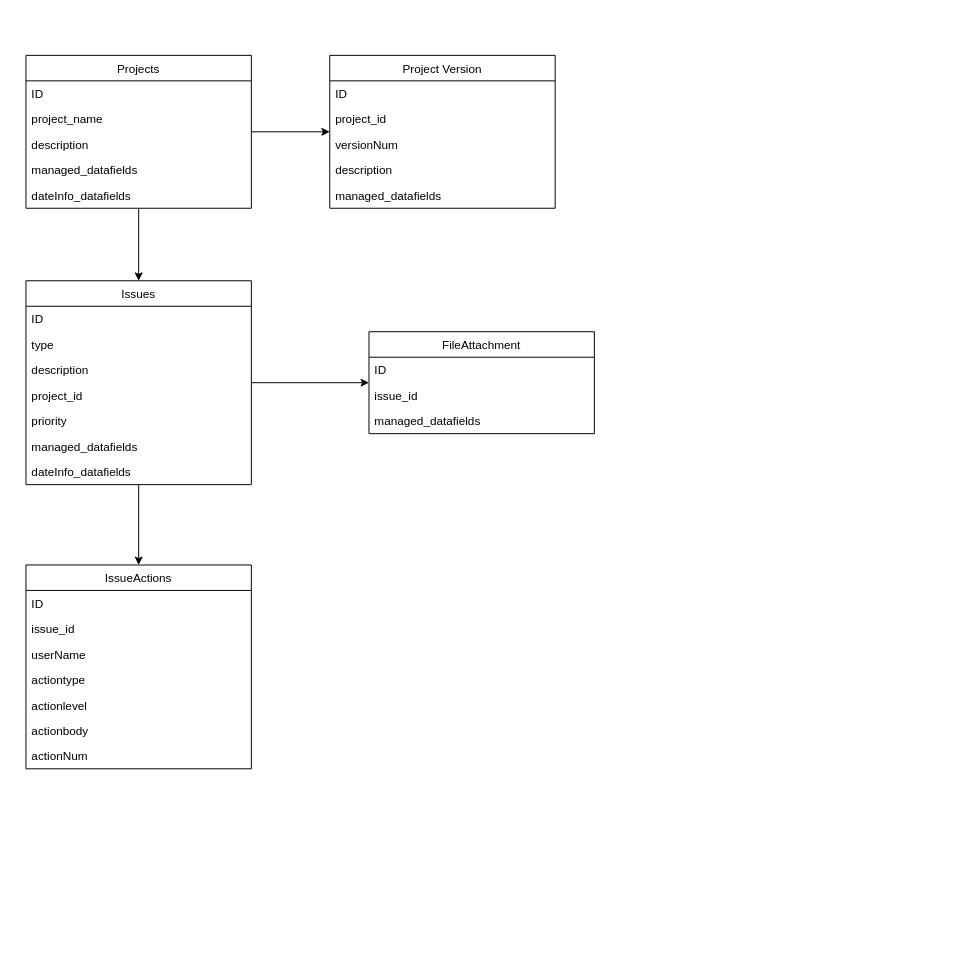
The draw.io diagram diagram/dbDiagram.drawio in ozgurkadir/sap-cap-bug-story, before the edit. Source tidied: cells renumbered, new cells numbered last; positions are measured from the earlier drawing's top-left corner, leaving out a move shared by most shapes. Both pictures are drawn from the tidied source at 98%, with x=0, y=0 at pixel (25, 55).
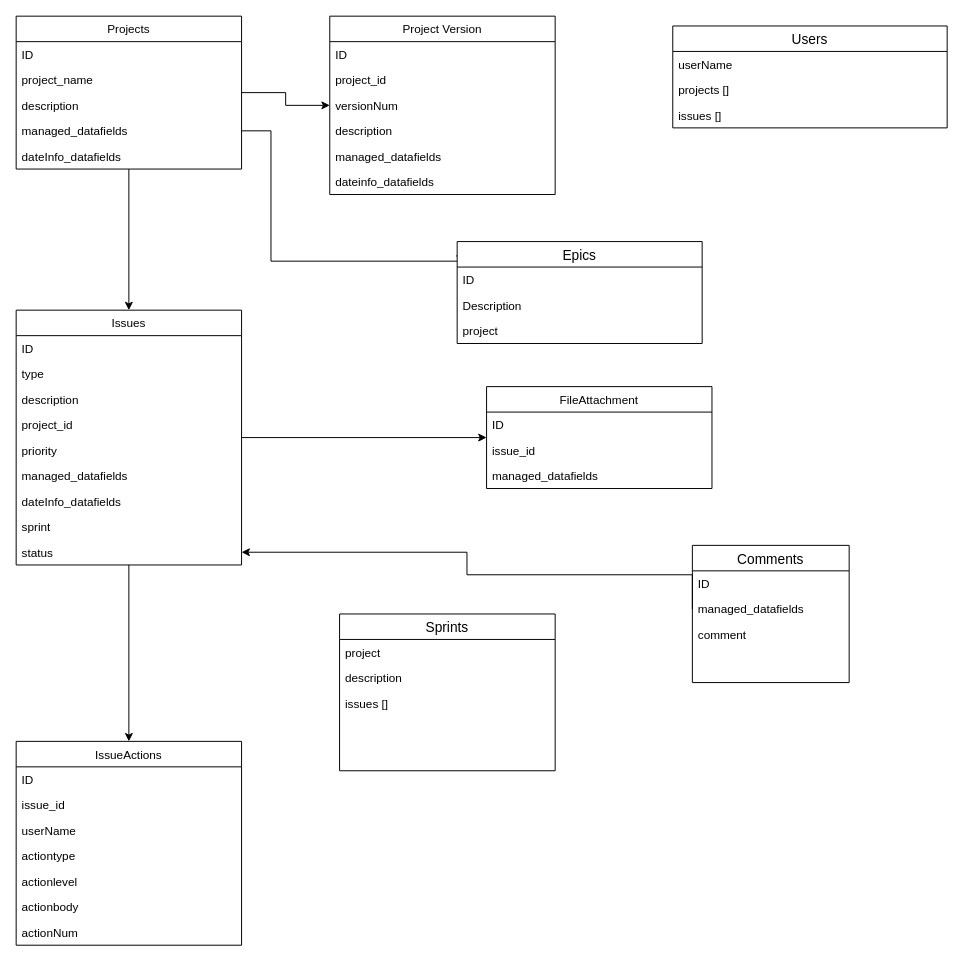
After the change.

Unchanged cells that the change refers to:
```xml
<mxCell id="9" value="managed_datafields" style="text;strokeColor=none;fillColor=none;align=left;verticalAlign=top;spacingLeft=4;spacingRight=4;overflow=hidden;points=[[0,0.5],[1,0.5]];portConstraint=eastwest;" parent="5" vertex="1">
  <mxGeometry y="104" width="230" height="26" as="geometry" />
</mxCell>
```

The edit, as a diff of the source:
```diff
@@
+    <mxCell id="17" style="edgeStyle=orthogonalEdgeStyle;rounded=0;jettySize=auto;html=1;" parent="1" edge="1" source="18" target="34">
+      <mxGeometry relative="1" as="geometry" />
+    </mxCell>
     <mxCell id="5" value="Projects" style="swimlane;fontStyle=0;horizontal=1;startSize=26;fillColor=none;" parent="1" vertex="1">
-      <mxGeometry width="230" height="156" as="geometry" />
+      <mxGeometry x="-10" y="-40" width="230" height="156" as="geometry" />
     </mxCell>
@@
     <mxCell id="11" value="Project Version" style="swimlane;fontStyle=0;horizontal=1;startSize=26;fillColor=none;" parent="1" vertex="1">
-      <mxGeometry x="310" width="230" height="156" as="geometry" />
+      <mxGeometry x="310" y="-40" width="230" height="182" as="geometry" />
     </mxCell>
@@
-    <mxCell id="17" style="edgeStyle=orthogonalEdgeStyle;rounded=0;jettySize=auto;html=1;" parent="1" edge="1" source="18" target="34">
-      <mxGeometry relative="1" as="geometry" />
-    </mxCell>
+    <mxCell id="38" value="dateinfo_datafields" style="text;strokeColor=none;fillColor=none;align=left;verticalAlign=top;spacingLeft=4;spacingRight=4;overflow=hidden;" parent="11" vertex="1">
+      <mxGeometry y="156" width="230" height="26" as="geometry" />
+    </mxCell>
     <mxCell id="18" value="Issues" style="swimlane;fontStyle=0;horizontal=1;startSize=26;fillColor=none;" parent="1" vertex="1">
-      <mxGeometry y="230" width="230" height="208" as="geometry" />
+      <mxGeometry x="-10" y="260" width="230" height="260" as="geometry" />
     </mxCell>
@@
+    <mxCell id="39" value="sprint" style="text;strokeColor=none;fillColor=none;align=left;verticalAlign=top;spacingLeft=4;spacingRight=4;overflow=hidden;" parent="18" vertex="1">
+      <mxGeometry y="208" width="230" height="26" as="geometry" />
+    </mxCell>
+    <mxCell id="40" value="status&#10;" style="text;strokeColor=none;fillColor=none;align=left;verticalAlign=top;spacingLeft=4;spacingRight=4;overflow=hidden;points=[[0,0.5],[1,0.5]];portConstraint=eastwest;" parent="18" vertex="1">
+      <mxGeometry y="234" width="230" height="26" as="geometry" />
+    </mxCell>
+    <mxCell id="41" style="edgeStyle=orthogonalEdgeStyle;rounded=0;jettySize=auto;html=1;exitX=1;exitY=0.5;exitDx=0;exitDy=0;entryX=-0.007;entryY=0.141;entryDx=0;entryDy=0;entryPerimeter=0;" parent="1" edge="1" source="9" target="55">
+      <mxGeometry relative="1" as="geometry">
+        <Array as="points">
+          <mxPoint x="250" y="77" />
+          <mxPoint x="250" y="210" />
+          <mxPoint x="488" y="210" />
+        </Array>
+      </mxGeometry>
+    </mxCell>
+    <mxCell id="42" value="Users" style="swimlane;fontStyle=0;horizontal=1;startSize=26;align=center;fontSize=14;" parent="1" vertex="1">
+      <mxGeometry x="660" y="-30" width="280" height="104" as="geometry" />
+    </mxCell>
+    <mxCell id="43" value="userName" style="text;strokeColor=none;fillColor=none;spacingLeft=4;spacingRight=4;overflow=hidden;fontSize=12;" parent="42" vertex="1">
+      <mxGeometry y="26" width="280" height="26" as="geometry" />
+    </mxCell>
+    <mxCell id="44" value="projects []" style="text;strokeColor=none;fillColor=none;spacingLeft=4;spacingRight=4;overflow=hidden;fontSize=12;" parent="42" vertex="1">
+      <mxGeometry y="52" width="280" height="26" as="geometry" />
+    </mxCell>
+    <mxCell id="45" value="issues []" style="text;strokeColor=none;fillColor=none;spacingLeft=4;spacingRight=4;overflow=hidden;fontSize=12;" parent="42" vertex="1">
+      <mxGeometry y="78" width="280" height="26" as="geometry" />
+    </mxCell>
+    <mxCell id="46" value="Sprints" style="swimlane;fontStyle=0;horizontal=1;startSize=26;align=center;fontSize=14;" parent="1" vertex="1">
+      <mxGeometry x="320" y="570" width="220" height="160" as="geometry" />
+    </mxCell>
+    <mxCell id="47" value="project" style="text;strokeColor=none;fillColor=none;spacingLeft=4;spacingRight=4;overflow=hidden;fontSize=12;" parent="46" vertex="1">
+      <mxGeometry y="26" width="220" height="26" as="geometry" />
+    </mxCell>
+    <mxCell id="48" value="description" style="text;strokeColor=none;fillColor=none;spacingLeft=4;spacingRight=4;overflow=hidden;fontSize=12;" parent="46" vertex="1">
+      <mxGeometry y="52" width="220" height="26" as="geometry" />
+    </mxCell>
+    <mxCell id="49" value="issues [] " style="text;strokeColor=none;fillColor=none;spacingLeft=4;spacingRight=4;overflow=hidden;fontSize=12;" parent="46" vertex="1">
+      <mxGeometry y="78" width="220" height="82" as="geometry" />
+    </mxCell>
     <mxCell id="26" value="IssueActions" style="swimlane;fontStyle=0;horizontal=1;startSize=26;fillColor=none;" parent="1" vertex="1">
-      <mxGeometry y="520" width="230" height="208" as="geometry" />
+      <mxGeometry x="-10" y="700" width="230" height="208" as="geometry" />
     </mxCell>
@@
+    <mxCell id="50" value="Comments" style="swimlane;fontStyle=0;horizontal=1;startSize=26;align=center;fontSize=14;" parent="1" vertex="1">
+      <mxGeometry x="680" y="500" width="160" height="140" as="geometry" />
+    </mxCell>
+    <mxCell id="51" value="ID" style="text;strokeColor=none;fillColor=none;spacingLeft=4;spacingRight=4;overflow=hidden;fontSize=12;" parent="50" vertex="1">
+      <mxGeometry y="26" width="160" height="26" as="geometry" />
+    </mxCell>
+    <mxCell id="52" value="managed_datafields" style="text;strokeColor=none;fillColor=none;spacingLeft=4;spacingRight=4;overflow=hidden;points=[[0,0.5],[1,0.5]];portConstraint=eastwest;fontSize=12;" parent="50" vertex="1">
+      <mxGeometry y="52" width="160" height="26" as="geometry" />
+    </mxCell>
+    <mxCell id="53" value="comment" style="text;strokeColor=none;fillColor=none;spacingLeft=4;spacingRight=4;overflow=hidden;fontSize=12;" parent="50" vertex="1">
+      <mxGeometry y="78" width="160" height="62" as="geometry" />
+    </mxCell>
+    <mxCell id="54" style="edgeStyle=orthogonalEdgeStyle;rounded=0;jettySize=auto;html=1;exitX=0;exitY=0.5;exitDx=0;exitDy=0;" parent="1" edge="1" source="52" target="40">
+      <mxGeometry relative="1" as="geometry">
+        <Array as="points">
+          <mxPoint x="680" y="530" />
+          <mxPoint x="450" y="530" />
+          <mxPoint x="450" y="507" />
+        </Array>
+      </mxGeometry>
+    </mxCell>
     <mxCell id="34" value="FileAttachment" style="swimlane;fontStyle=0;horizontal=1;startSize=26;fillColor=none;" parent="1" vertex="1">
-      <mxGeometry x="350" y="282" width="230" height="104" as="geometry" />
+      <mxGeometry x="470" y="338" width="230" height="104" as="geometry" />
     </mxCell>
@@
+    <mxCell id="55" value="Epics" style="swimlane;fontStyle=0;horizontal=1;startSize=26;align=center;fontSize=14;" parent="1" vertex="1">
+      <mxGeometry x="440" y="190" width="250" height="104" as="geometry" />
+    </mxCell>
+    <mxCell id="56" value="ID" style="text;strokeColor=none;fillColor=none;spacingLeft=4;spacingRight=4;overflow=hidden;fontSize=12;" parent="55" vertex="1">
+      <mxGeometry y="26" width="250" height="26" as="geometry" />
+    </mxCell>
+    <mxCell id="57" value="Description" style="text;strokeColor=none;fillColor=none;spacingLeft=4;spacingRight=4;overflow=hidden;fontSize=12;" parent="55" vertex="1">
+      <mxGeometry y="52" width="250" height="26" as="geometry" />
+    </mxCell>
+    <mxCell id="58" value="project" style="text;strokeColor=none;fillColor=none;spacingLeft=4;spacingRight=4;overflow=hidden;fontSize=12;" parent="55" vertex="1">
+      <mxGeometry y="78" width="250" height="26" as="geometry" />
+    </mxCell>
```
